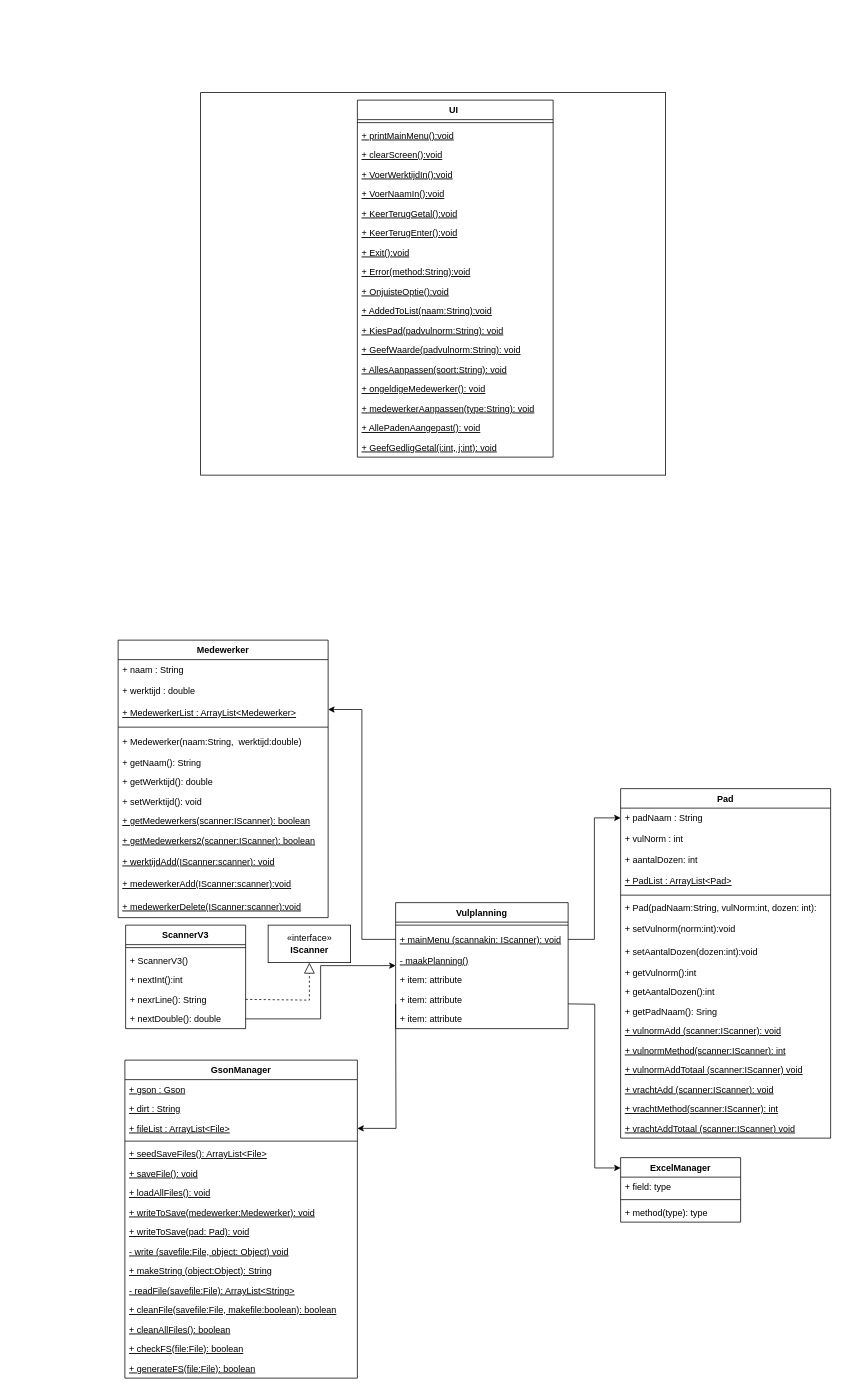
Earlier version of the draw.io diagram Vulplanning UML.drawio (Kikkerslijm410/SchoolOpdracht). Source tidied: cells renumbered, new cells numbered last; positions are measured from the earlier drawing's top-left corner, leaving out a move shared by most shapes. Both pictures are drawn from the tidied source at 75%, with x=0, y=0 at pixel (118, 92).
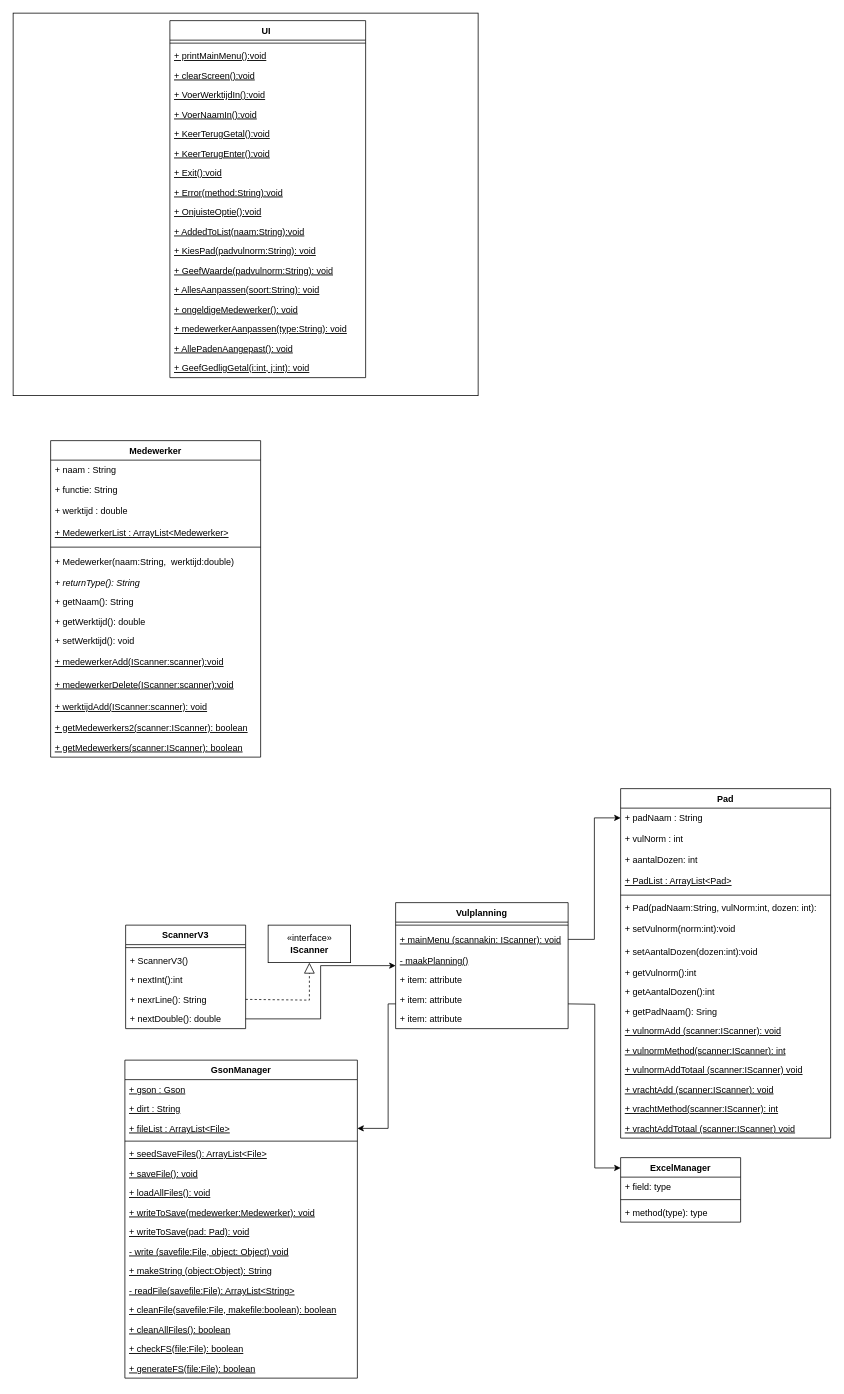
Above is the later version.

The change refers to these unchanged cells:
```xml
<mxCell id="37" value="+ mainMenu (scannakin: IScanner): void" style="text;strokeColor=none;fillColor=none;align=left;verticalAlign=middle;spacingLeft=4;spacingRight=4;overflow=hidden;points=[[0,0.5],[1,0.5]];portConstraint=eastwest;fontStyle=4;" parent="35" vertex="1">
  <mxGeometry y="34" width="230" height="30" as="geometry" />
</mxCell>
<mxCell id="75" value="+ fileList : ArrayList&lt;File&gt;" style="text;strokeColor=none;fillColor=none;align=left;verticalAlign=top;spacingLeft=4;spacingRight=4;overflow=hidden;points=[[0,0.5],[1,0.5]];portConstraint=eastwest;fontStyle=4;" parent="72" vertex="1">
  <mxGeometry y="78" width="310" height="26" as="geometry" />
</mxCell>
```

The edit, as a diff of the source:
```diff
@@
     <mxCell id="2" style="rounded=0;whiteSpace=wrap;html=1;" parent="1" vertex="1">
-      <mxGeometry x="110" width="620" height="510" as="geometry" />
+      <mxGeometry x="-140" y="-106" width="620" height="510" as="geometry" />
     </mxCell>
     <mxCell id="3" value="Medewerker" style="swimlane;fontStyle=1;align=center;verticalAlign=top;horizontal=1;startSize=26;" parent="1" vertex="1">
-      <mxGeometry y="730" width="280" height="370" as="geometry" />
+      <mxGeometry x="-90" y="464" width="280" height="422" as="geometry" />
     </mxCell>
@@
+    <mxCell id="95" value="+ functie: String" style="text;strokeColor=none;fillColor=none;align=left;verticalAlign=top;spacingLeft=4;spacingRight=4;overflow=hidden;" parent="3" vertex="1">
+      <mxGeometry y="52" width="280" height="26" as="geometry" />
+    </mxCell>
     <mxCell id="5" value="+ werktijd : double" style="text;strokeColor=none;fillColor=none;align=left;verticalAlign=middle;spacingLeft=4;spacingRight=4;overflow=hidden;" parent="3" vertex="1">
-      <mxGeometry y="52" width="280" height="30" as="geometry" />
+      <mxGeometry y="78" width="280" height="30" as="geometry" />
     </mxCell>
     <mxCell id="6" value="+ MedewerkerList : ArrayList&lt;Medewerker&gt;" style="text;strokeColor=none;fillColor=none;align=left;verticalAlign=middle;spacingLeft=4;spacingRight=4;overflow=hidden;fontStyle=4;" parent="3" vertex="1">
-      <mxGeometry y="82" width="280" height="30" as="geometry" />
+      <mxGeometry y="108" width="280" height="30" as="geometry" />
     </mxCell>
     <mxCell id="7" style="line;strokeWidth=1;fillColor=none;align=left;verticalAlign=middle;spacingTop=-1;spacingLeft=3;spacingRight=3;labelPosition=right;" parent="3" vertex="1">
-      <mxGeometry y="112" width="280" height="8" as="geometry" />
+      <mxGeometry y="138" width="280" height="8" as="geometry" />
     </mxCell>
     <mxCell id="8" value="+ Medewerker(naam:String,  werktijd:double)" style="text;strokeColor=none;fillColor=none;align=left;verticalAlign=middle;spacingLeft=4;spacingRight=4;overflow=hidden;" parent="3" vertex="1">
-      <mxGeometry y="120" width="280" height="30" as="geometry" />
+      <mxGeometry y="146" width="280" height="30" as="geometry" />
     </mxCell>
+    <mxCell id="96" value="+ returnType(): String" style="text;strokeColor=none;fillColor=none;align=left;verticalAlign=top;spacingLeft=4;spacingRight=4;overflow=hidden;fontStyle=2;" parent="3" vertex="1">
+      <mxGeometry y="176" width="280" height="26" as="geometry" />
+    </mxCell>
     <mxCell id="9" value="+ getNaam(): String" style="text;strokeColor=none;fillColor=none;align=left;verticalAlign=top;spacingLeft=4;spacingRight=4;overflow=hidden;" parent="3" vertex="1">
-      <mxGeometry y="150" width="280" height="26" as="geometry" />
+      <mxGeometry y="202" width="280" height="26" as="geometry" />
     </mxCell>
     <mxCell id="10" value="+ getWerktijd(): double" style="text;strokeColor=none;fillColor=none;align=left;verticalAlign=top;spacingLeft=4;spacingRight=4;overflow=hidden;" parent="3" vertex="1">
-      <mxGeometry y="176" width="280" height="26" as="geometry" />
+      <mxGeometry y="228" width="280" height="26" as="geometry" />
     </mxCell>
     <mxCell id="11" value="+ setWerktijd(): void" style="text;strokeColor=none;fillColor=none;align=left;verticalAlign=top;spacingLeft=4;spacingRight=4;overflow=hidden;" parent="3" vertex="1">
-      <mxGeometry y="202" width="280" height="26" as="geometry" />
+      <mxGeometry y="254" width="280" height="26" as="geometry" />
     </mxCell>
-    <mxCell id="12" value="+ getMedewerkers(scanner:IScanner): boolean" style="text;strokeColor=none;fillColor=none;align=left;verticalAlign=top;spacingLeft=4;spacingRight=4;overflow=hidden;fontStyle=4;" parent="3" vertex="1">
-      <mxGeometry y="228" width="280" height="26" as="geometry" />
-    </mxCell>
-    <mxCell id="13" value="+ getMedewerkers2(scanner:IScanner): boolean" style="text;strokeColor=none;fillColor=none;align=left;verticalAlign=top;spacingLeft=4;spacingRight=4;overflow=hidden;fontStyle=4;" parent="3" vertex="1">
-      <mxGeometry y="254" width="280" height="26" as="geometry" />
-    </mxCell>
-    <mxCell id="14" value="+ werktijdAdd(IScanner:scanner): void" style="text;strokeColor=none;fillColor=none;align=left;verticalAlign=middle;spacingLeft=4;spacingRight=4;overflow=hidden;fontStyle=4;" parent="3" vertex="1">
-      <mxGeometry y="280" width="280" height="30" as="geometry" />
-    </mxCell>
     <mxCell id="15" value="+ medewerkerAdd(IScanner:scanner):void" style="text;strokeColor=none;fillColor=none;align=left;verticalAlign=middle;spacingLeft=4;spacingRight=4;overflow=hidden;fontStyle=4;" parent="3" vertex="1">
-      <mxGeometry y="310" width="280" height="30" as="geometry" />
+      <mxGeometry y="280" width="280" height="30" as="geometry" />
     </mxCell>
     <mxCell id="16" value="+ medewerkerDelete(IScanner:scanner):void" style="text;strokeColor=none;fillColor=none;align=left;verticalAlign=middle;spacingLeft=4;spacingRight=4;overflow=hidden;fontStyle=4;" parent="3" vertex="1">
-      <mxGeometry y="340" width="280" height="30" as="geometry" />
+      <mxGeometry y="310" width="280" height="30" as="geometry" />
     </mxCell>
+    <mxCell id="14" value="+ werktijdAdd(IScanner:scanner): void" style="text;strokeColor=none;fillColor=none;align=left;verticalAlign=middle;spacingLeft=4;spacingRight=4;overflow=hidden;fontStyle=4;" parent="3" vertex="1">
+      <mxGeometry y="340" width="280" height="30" as="geometry" />
+    </mxCell>
+    <mxCell id="13" value="+ getMedewerkers2(scanner:IScanner): boolean" style="text;strokeColor=none;fillColor=none;align=left;verticalAlign=top;spacingLeft=4;spacingRight=4;overflow=hidden;fontStyle=4;" parent="3" vertex="1">
+      <mxGeometry y="370" width="280" height="26" as="geometry" />
+    </mxCell>
+    <mxCell id="12" value="+ getMedewerkers(scanner:IScanner): boolean" style="text;strokeColor=none;fillColor=none;align=left;verticalAlign=top;spacingLeft=4;spacingRight=4;overflow=hidden;fontStyle=4;" parent="3" vertex="1">
+      <mxGeometry y="396" width="280" height="26" as="geometry" />
+    </mxCell>
@@
     <mxCell id="50" value="UI " style="swimlane;fontStyle=1;align=center;verticalAlign=top;horizontal=1;startSize=26;" parent="1" vertex="1">
-      <mxGeometry x="319" y="10" width="261" height="476" as="geometry" />
+      <mxGeometry x="69" y="-96" width="261" height="476" as="geometry" />
     </mxCell>
@@
-    <mxCell id="71" style="edgeStyle=orthogonalEdgeStyle;rounded=0;jettySize=auto;html=1;exitX=0;exitY=0.5;exitDx=0;exitDy=0;entryX=1;entryY=0.25;entryDx=0;entryDy=0;" parent="1" edge="1" source="37" target="3">
-      <mxGeometry relative="1" as="geometry" />
-    </mxCell>
@@
     <mxCell id="89" style="edgeStyle=orthogonalEdgeStyle;rounded=0;jettySize=auto;html=1;exitX=0;exitY=0.5;exitDx=0;exitDy=0;entryX=1;entryY=0.5;entryDx=0;entryDy=0;" parent="1" edge="1" target="75">
       <mxGeometry relative="1" as="geometry">
         <mxPoint x="370" y="1215" as="sourcePoint" />
+        <Array as="points">
+          <mxPoint x="360" y="1215" />
+          <mxPoint x="360" y="1381" />
+        </Array>
       </mxGeometry>
     </mxCell>
```
